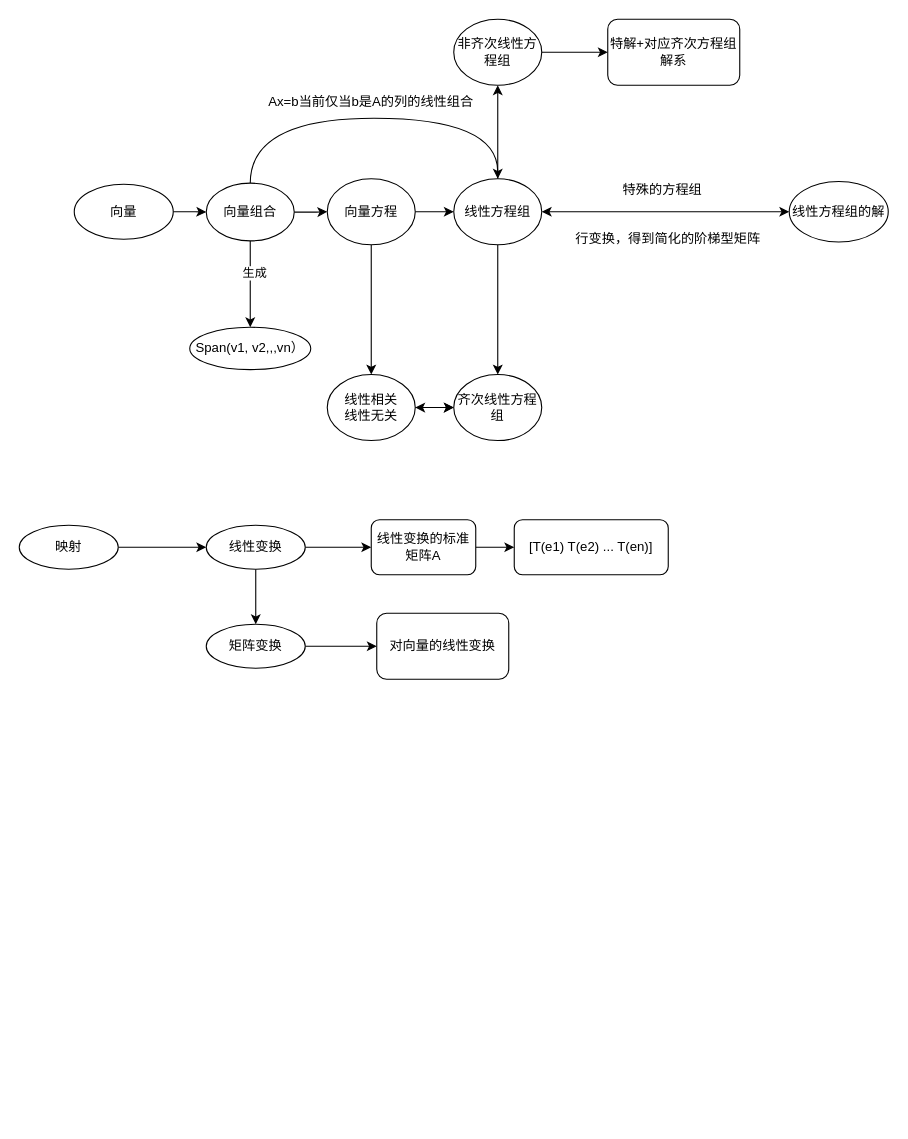
haithink/diagrams keeps this draw.io diagram as 线性代数.drawio. Above is the earlier version. Source tidied: cells renumbered, new cells numbered last; positions are measured from the earlier drawing's top-left corner, leaving out a move shared by most shapes. Both pictures are drawn from the tidied source at 110%, with x=0, y=0 at pixel (19, 19).
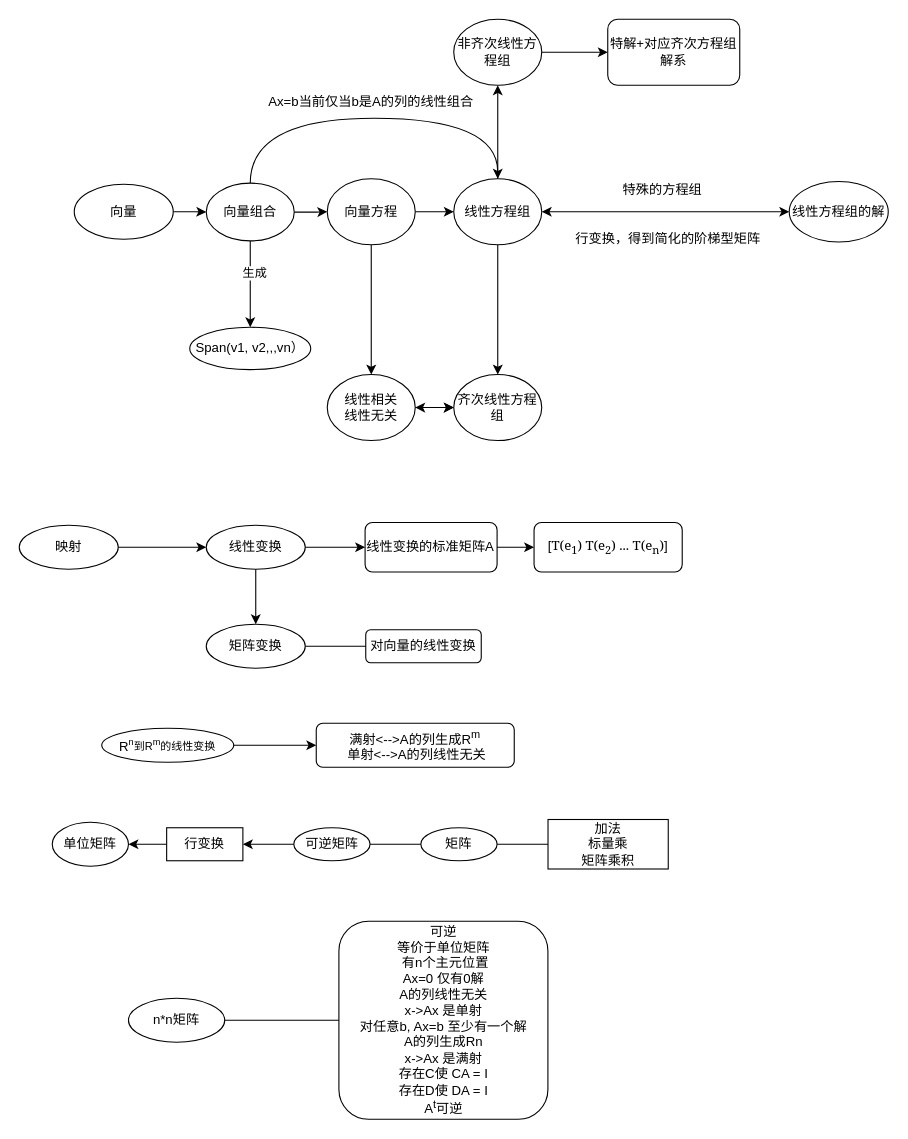
After the change.

Commit message (it also covers changes not shown here):
更新线性代数.drawio

Change to the diagram source:
```diff
@@
+    <mxCell id="39" style="group;" parent="1" vertex="1">
+      <mxGeometry x="75" y="640" width="375" height="40" as="geometry" />
+    </mxCell>
+    <mxCell id="40" value="R&lt;span style=&quot;font-size: 10px;&quot;&gt;&lt;sup&gt;n&lt;/sup&gt;到R&lt;sup&gt;m&lt;/sup&gt;的线性变换&lt;/span&gt;" style="ellipse;whiteSpace=wrap;html=1;rounded=1;glass=0;sketch=0;" parent="39" vertex="1">
+      <mxGeometry y="4.6" width="120" height="30.8" as="geometry" />
+    </mxCell>
+    <mxCell id="41" value="满射&amp;lt;--&amp;gt;A的列生成R&lt;sup&gt;m&lt;/sup&gt;&lt;br&gt;&amp;nbsp;单射&amp;lt;--&amp;gt;A的列线性无关" style="rounded=1;whiteSpace=wrap;html=1;glass=0;sketch=0;" parent="39" vertex="1">
+      <mxGeometry x="195" width="180" height="40" as="geometry" />
+    </mxCell>
+    <mxCell id="42" style="edgeStyle=orthogonalEdgeStyle;curved=1;jettySize=auto;html=1;startArrow=none;startFill=0;endArrow=classic;endFill=1;elbow=vertical;" parent="39" edge="1" source="40" target="41">
+      <mxGeometry relative="1" as="geometry" />
+    </mxCell>
+    <mxCell id="43" value="单位矩阵" style="ellipse;whiteSpace=wrap;html=1;rounded=1;glass=0;sketch=0;" parent="1" vertex="1">
+      <mxGeometry x="30" y="730" width="69.3" height="40" as="geometry" />
+    </mxCell>
+    <mxCell id="44" value="行变换" style="rounded=0;whiteSpace=wrap;html=1;glass=0;sketch=0;" parent="1" vertex="1">
+      <mxGeometry x="134" y="735" width="69.3" height="30" as="geometry" />
+    </mxCell>
+    <mxCell id="45" style="edgeStyle=orthogonalEdgeStyle;curved=1;jettySize=auto;html=1;startArrow=classic;startFill=1;endArrow=none;endFill=0;elbow=vertical;entryX=0;entryY=0.5;entryDx=0;entryDy=0;" parent="1" edge="1" source="43" target="44">
+      <mxGeometry relative="1" as="geometry" />
+    </mxCell>
+    <mxCell id="46" value="可逆矩阵" style="ellipse;whiteSpace=wrap;html=1;rounded=0;glass=0;sketch=0;" parent="1" vertex="1">
+      <mxGeometry x="249.6" y="735" width="69.3" height="30" as="geometry" />
+    </mxCell>
+    <mxCell id="47" style="edgeStyle=orthogonalEdgeStyle;curved=1;jettySize=auto;html=1;startArrow=classic;startFill=1;endArrow=none;endFill=0;elbow=vertical;" parent="1" edge="1" source="44" target="46">
+      <mxGeometry relative="1" as="geometry" />
+    </mxCell>
+    <mxCell id="48" value="矩阵" style="ellipse;whiteSpace=wrap;html=1;rounded=0;glass=0;sketch=0;" parent="1" vertex="1">
+      <mxGeometry x="365.1" y="735" width="69.3" height="30" as="geometry" />
+    </mxCell>
+    <mxCell id="49" style="edgeStyle=orthogonalEdgeStyle;curved=1;jettySize=auto;html=1;startArrow=none;startFill=0;endArrow=none;endFill=0;elbow=vertical;" parent="1" edge="1" source="46" target="48">
+      <mxGeometry relative="1" as="geometry" />
+    </mxCell>
+    <mxCell id="50" value="加法&lt;br&gt;标量乘&lt;br&gt;矩阵乘积" style="whiteSpace=wrap;html=1;rounded=0;glass=0;sketch=0;" parent="1" vertex="1">
+      <mxGeometry x="480.7" y="727.5" width="109.3" height="45" as="geometry" />
+    </mxCell>
+    <mxCell id="51" style="edgeStyle=orthogonalEdgeStyle;curved=1;jettySize=auto;html=1;startArrow=none;startFill=0;endArrow=none;endFill=0;elbow=vertical;" parent="1" edge="1" source="48" target="50">
+      <mxGeometry relative="1" as="geometry" />
+    </mxCell>
+    <mxCell id="52" style="group;" parent="1" vertex="1">
+      <mxGeometry x="99.3" y="820" width="381.3" height="180" as="geometry" />
+    </mxCell>
+    <mxCell id="53" value="n*n矩阵" style="ellipse;whiteSpace=wrap;html=1;rounded=1;glass=0;sketch=0;" parent="52" vertex="1">
+      <mxGeometry y="70" width="87.5" height="40" as="geometry" />
+    </mxCell>
+    <mxCell id="54" value="&lt;div class=&quot;mind-clipboard&quot;&gt;可逆&lt;div&gt;等价于单位矩阵&lt;/div&gt;&lt;div&gt;&amp;nbsp;有n个主元位置&lt;/div&gt;&lt;div&gt;Ax=0 仅有0解&lt;/div&gt;&lt;div&gt;A的列线性无关&lt;/div&gt;&lt;div&gt;x-&amp;gt;Ax 是单射&lt;/div&gt;&lt;div&gt;对任意b, Ax=b 至少有一个解&lt;/div&gt;&lt;div&gt;A的列生成Rn&lt;/div&gt;&lt;div&gt;x-&amp;gt;Ax 是满射&lt;/div&gt;&lt;div&gt;存在C使 CA = I&lt;/div&gt;&lt;div&gt;存在D使 DA = I&lt;/div&gt;&lt;div&gt;A&lt;sup&gt;t&lt;/sup&gt;可逆&lt;/div&gt;&lt;/div&gt;" style="whiteSpace=wrap;html=1;rounded=1;glass=0;sketch=0;" parent="52" vertex="1">
+      <mxGeometry x="191.3" width="190" height="180" as="geometry" />
+    </mxCell>
+    <mxCell id="55" style="edgeStyle=orthogonalEdgeStyle;curved=1;jettySize=auto;html=1;startArrow=none;startFill=0;endArrow=none;endFill=0;elbow=vertical;" parent="52" edge="1" source="53" target="54">
+      <mxGeometry relative="1" as="geometry" />
+    </mxCell>
+    <mxCell id="56" style="group;" parent="1" vertex="1">
+      <mxGeometry y="457.5" width="602.7" height="132.5" as="geometry" />
+    </mxCell>
+    <mxCell id="29" value="映射" style="ellipse;whiteSpace=wrap;html=1;" parent="56" vertex="1">
+      <mxGeometry y="2.5" width="90" height="40" as="geometry" />
+    </mxCell>
+    <mxCell id="32" value="线性变换" style="ellipse;whiteSpace=wrap;html=1;" parent="56" vertex="1">
+      <mxGeometry x="170" y="2.5" width="90" height="40" as="geometry" />
+    </mxCell>
-    <mxCell id="28" style="edgeStyle=orthogonalEdgeStyle;curved=1;jettySize=auto;html=1;startArrow=none;startFill=0;endArrow=classic;endFill=1;elbow=vertical;" parent="1" edge="1" source="29" target="32">
+    <mxCell id="28" style="edgeStyle=orthogonalEdgeStyle;curved=1;jettySize=auto;html=1;startArrow=none;startFill=0;endArrow=classic;endFill=1;elbow=vertical;" parent="56" edge="1" source="29" target="32">
       <mxGeometry relative="1" as="geometry" />
     </mxCell>
-    <mxCell id="29" value="映射" style="ellipse;whiteSpace=wrap;html=1;" parent="1" vertex="1">
-      <mxGeometry y="460" width="90" height="40" as="geometry" />
-    </mxCell>
+    <mxCell id="34" value="矩阵变换" style="ellipse;whiteSpace=wrap;html=1;" parent="56" vertex="1">
+      <mxGeometry x="170" y="92.5" width="90" height="40" as="geometry" />
+    </mxCell>
-    <mxCell id="30" style="edgeStyle=orthogonalEdgeStyle;curved=1;jettySize=auto;html=1;startArrow=none;startFill=0;endArrow=classic;endFill=1;elbow=vertical;" parent="1" edge="1" source="32" target="34">
+    <mxCell id="30" style="edgeStyle=orthogonalEdgeStyle;curved=1;jettySize=auto;html=1;startArrow=none;startFill=0;endArrow=classic;endFill=1;elbow=vertical;" parent="56" edge="1" source="32" target="34">
       <mxGeometry relative="1" as="geometry" />
     </mxCell>
+    <mxCell id="36" value="线性变换的标准矩阵A" style="whiteSpace=wrap;html=1;rounded=1;" parent="56" vertex="1">
+      <mxGeometry x="314.4" width="120" height="45" as="geometry" />
+    </mxCell>
-    <mxCell id="31" style="edgeStyle=orthogonalEdgeStyle;curved=1;jettySize=auto;html=1;startArrow=none;startFill=0;endArrow=classic;endFill=1;elbow=vertical;" parent="1" edge="1" source="32" target="36">
+    <mxCell id="31" style="edgeStyle=orthogonalEdgeStyle;curved=1;jettySize=auto;html=1;startArrow=none;startFill=0;endArrow=classic;endFill=1;elbow=vertical;" parent="56" edge="1" source="32" target="36">
       <mxGeometry relative="1" as="geometry" />
     </mxCell>
-    <mxCell id="32" value="线性变换" style="ellipse;whiteSpace=wrap;html=1;" parent="1" vertex="1">
-      <mxGeometry x="170" y="460" width="90" height="40" as="geometry" />
-    </mxCell>
+    <mxCell id="37" value="[&lt;font face=&quot;Georgia&quot;&gt;T(e&lt;sub&gt;1&lt;/sub&gt;) T(e&lt;sub&gt;2&lt;/sub&gt;) ... T(e&lt;sub&gt;n&lt;/sub&gt;)&lt;/font&gt;]" style="whiteSpace=wrap;html=1;rounded=1;" parent="56" vertex="1">
+      <mxGeometry x="468" width="134.7" height="45" as="geometry" />
+    </mxCell>
+    <mxCell id="35" style="edgeStyle=orthogonalEdgeStyle;curved=1;jettySize=auto;html=1;startArrow=none;startFill=0;endArrow=classic;endFill=1;elbow=vertical;" parent="56" edge="1" source="36" target="37">
+      <mxGeometry relative="1" as="geometry" />
+    </mxCell>
+    <mxCell id="38" value="对向量的线性变换" style="whiteSpace=wrap;html=1;rounded=1;glass=0;sketch=0;" parent="56" vertex="1">
+      <mxGeometry x="315" y="97.5" width="105" height="30" as="geometry" />
+    </mxCell>
-    <mxCell id="33" style="edgeStyle=orthogonalEdgeStyle;curved=1;jettySize=auto;html=1;startArrow=none;startFill=0;endArrow=classic;endFill=1;elbow=vertical;" parent="1" edge="1" source="34" target="38">
+    <mxCell id="33" style="edgeStyle=orthogonalEdgeStyle;curved=1;jettySize=auto;html=1;startArrow=none;startFill=0;endArrow=none;endFill=0;elbow=vertical;" parent="56" edge="1" source="34" target="38">
       <mxGeometry relative="1" as="geometry" />
     </mxCell>
-    <mxCell id="34" value="矩阵变换" style="ellipse;whiteSpace=wrap;html=1;" parent="1" vertex="1">
-      <mxGeometry x="170" y="550" width="90" height="40" as="geometry" />
-    </mxCell>
-    <mxCell id="35" style="edgeStyle=orthogonalEdgeStyle;curved=1;jettySize=auto;html=1;startArrow=none;startFill=0;endArrow=classic;endFill=1;elbow=vertical;" parent="1" edge="1" source="36" target="37">
-      <mxGeometry relative="1" as="geometry" />
-    </mxCell>
-    <mxCell id="36" value="线性变换的标准矩阵A" style="whiteSpace=wrap;html=1;rounded=1;" parent="1" vertex="1">
-      <mxGeometry x="320" y="455" width="95" height="50" as="geometry" />
-    </mxCell>
-    <mxCell id="37" value="[T(e1) T(e2) ... T(en)]" style="whiteSpace=wrap;html=1;rounded=1;" parent="1" vertex="1">
-      <mxGeometry x="450" y="455" width="140" height="50" as="geometry" />
-    </mxCell>
-    <mxCell id="38" value="对向量的线性变换" style="whiteSpace=wrap;html=1;rounded=1;glass=0;sketch=0;" parent="1" vertex="1">
-      <mxGeometry x="325" y="540" width="120" height="60" as="geometry" />
-    </mxCell>
```
